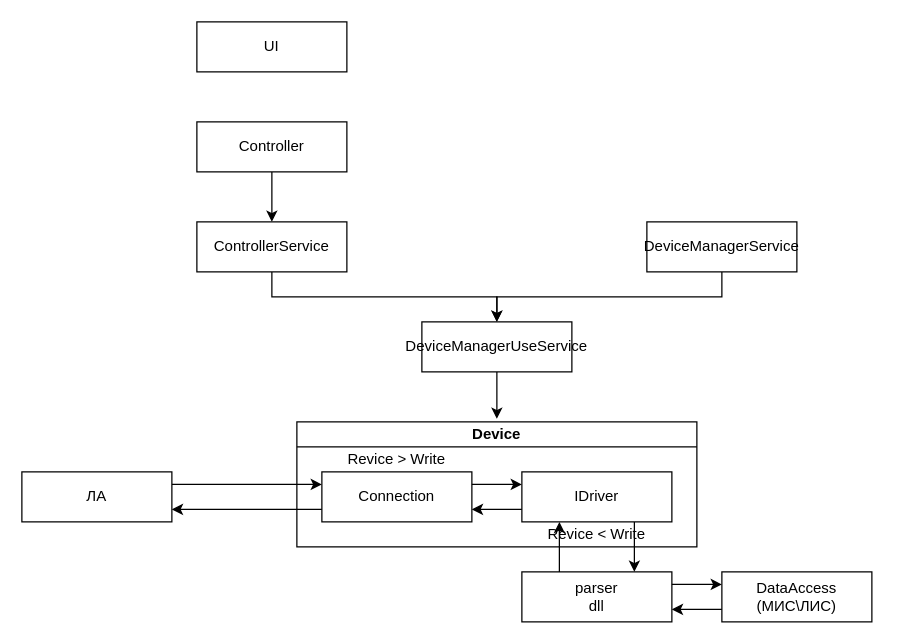
Before: page "Страница-1" (1 of 2) of Пу-пу-пууу.drawio in EgoreTTa/DeviceManager, a draw.io diagram. Source tidied: cells renumbered, new cells numbered last; positions are measured from the earlier drawing's top-left corner, leaving out a move shared by most shapes. Both pictures are drawn from the tidied source at 125%, with x=0, y=0 at pixel (21, 21).
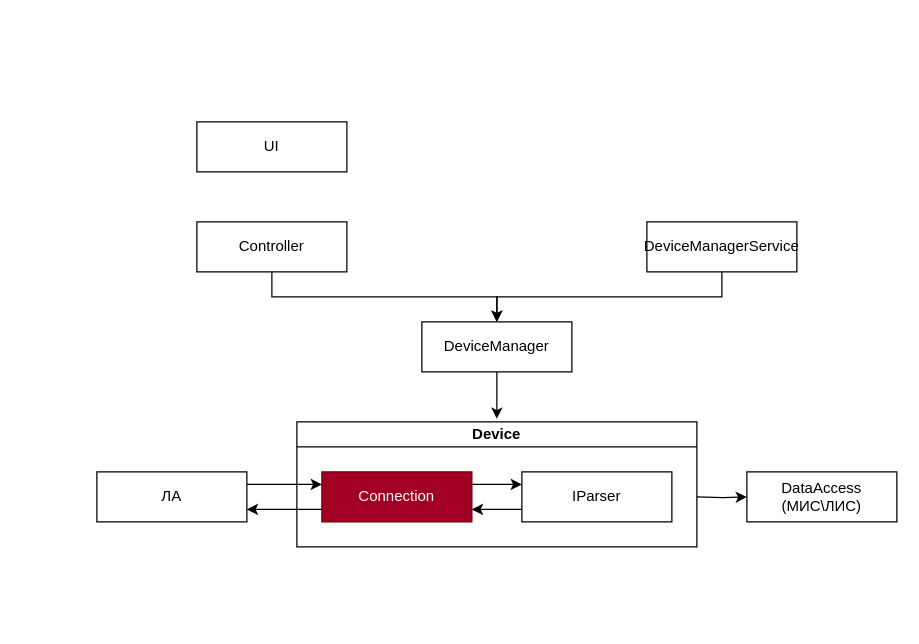
After the change.

Unchanged cells that the change refers to:
```xml
<mxCell id="2" value="Device" style="swimlane;whiteSpace=wrap;html=1;startSize=20;" parent="1" vertex="1">
  <mxGeometry x="220" y="320" width="320" height="100" as="geometry" />
</mxCell>
```

The edit, as a diff of the source:
```diff
@@
-    <mxCell id="3" value="Connection" style="rounded=0;whiteSpace=wrap;html=1;" parent="2" vertex="1">
+    <mxCell id="3" value="Connection" style="rounded=0;whiteSpace=wrap;html=1;fillColor=#a20025;fontColor=#ffffff;strokeColor=#6F0000;" parent="2" vertex="1">
       <mxGeometry x="20" y="40" width="120" height="40" as="geometry" />
     </mxCell>
-    <mxCell id="4" value="IDriver" style="rounded=0;whiteSpace=wrap;html=1;" parent="2" vertex="1">
-      <mxGeometry x="180" y="40" width="120" height="40" as="geometry" />
-    </mxCell>
+    <mxCell id="15" value="IParser" style="rounded=0;whiteSpace=wrap;html=1;" parent="2" vertex="1">
+      <mxGeometry x="180" y="40" width="120" height="40" as="geometry" />
+    </mxCell>
-    <mxCell id="5" style="edgeStyle=orthogonalEdgeStyle;rounded=0;jettySize=auto;html=1;exitX=1;exitY=0.25;exitDx=0;exitDy=0;entryX=0;entryY=0.25;entryDx=0;entryDy=0;" parent="2" edge="1" source="3" target="4">
+    <mxCell id="5" style="edgeStyle=orthogonalEdgeStyle;rounded=0;jettySize=auto;html=1;exitX=1;exitY=0.25;exitDx=0;exitDy=0;entryX=0;entryY=0.25;entryDx=0;entryDy=0;" parent="2" edge="1" source="3" target="15">
       <mxGeometry relative="1" as="geometry" />
     </mxCell>
-    <mxCell id="6" style="edgeStyle=orthogonalEdgeStyle;rounded=0;jettySize=auto;html=1;exitX=0;exitY=0.75;exitDx=0;exitDy=0;entryX=1;entryY=0.75;entryDx=0;entryDy=0;" parent="2" edge="1" source="4" target="3">
+    <mxCell id="6" style="edgeStyle=orthogonalEdgeStyle;rounded=0;jettySize=auto;html=1;entryX=1;entryY=0.75;entryDx=0;entryDy=0;exitX=0;exitY=0.75;exitDx=0;exitDy=0;" parent="2" edge="1" source="15" target="3">
       <mxGeometry relative="1" as="geometry" />
     </mxCell>
-    <mxCell id="7" value="Revice &amp;gt; Write" style="text;html=1;whiteSpace=wrap;strokeColor=none;fillColor=none;align=center;verticalAlign=middle;rounded=0;" parent="2" vertex="1">
-      <mxGeometry x="20" y="20" width="120" height="20" as="geometry" />
-    </mxCell>
-    <mxCell id="8" value="Revice&amp;nbsp;&amp;lt; Write" style="text;html=1;whiteSpace=wrap;strokeColor=none;fillColor=none;align=center;verticalAlign=middle;rounded=0;" parent="2" vertex="1">
-      <mxGeometry x="180" y="80" width="120" height="20" as="geometry" />
-    </mxCell>
-    <mxCell id="9" value="DeviceManagerUseService" style="rounded=0;whiteSpace=wrap;html=1;" parent="1" vertex="1">
+    <mxCell id="9" value="DeviceManager" style="rounded=0;whiteSpace=wrap;html=1;" parent="1" vertex="1">
       <mxGeometry x="320" y="240" width="120" height="40" as="geometry" />
     </mxCell>
     <mxCell id="10" value="UI" style="rounded=0;whiteSpace=wrap;html=1;" parent="1" vertex="1">
-      <mxGeometry x="140" width="120" height="40" as="geometry" />
+      <mxGeometry x="140" y="80" width="120" height="40" as="geometry" />
     </mxCell>
@@
     <mxCell id="13" value="ЛА" style="rounded=0;whiteSpace=wrap;html=1;" parent="1" vertex="1">
-      <mxGeometry y="360" width="120" height="40" as="geometry" />
+      <mxGeometry x="60" y="360" width="120" height="40" as="geometry" />
     </mxCell>
@@
-    <mxCell id="15" value="parser&lt;br&gt;dll" style="rounded=0;whiteSpace=wrap;html=1;" parent="1" vertex="1">
-      <mxGeometry x="400" y="440" width="120" height="40" as="geometry" />
-    </mxCell>
-    <mxCell id="16" style="edgeStyle=orthogonalEdgeStyle;rounded=0;jettySize=auto;html=1;exitX=0.25;exitY=0;exitDx=0;exitDy=0;entryX=0.25;entryY=1;entryDx=0;entryDy=0;" parent="1" edge="1" source="15" target="4">
-      <mxGeometry relative="1" as="geometry" />
-    </mxCell>
-    <mxCell id="17" style="edgeStyle=orthogonalEdgeStyle;rounded=0;jettySize=auto;html=1;exitX=0.75;exitY=1;exitDx=0;exitDy=0;entryX=0.75;entryY=0;entryDx=0;entryDy=0;" parent="1" edge="1" source="4" target="15">
-      <mxGeometry relative="1" as="geometry" />
-    </mxCell>
     <mxCell id="18" value="DataAccess&lt;br&gt;(МИС\ЛИС)" style="rounded=0;whiteSpace=wrap;html=1;" parent="1" vertex="1">
-      <mxGeometry x="560" y="440" width="120" height="40" as="geometry" />
+      <mxGeometry x="580" y="360" width="120" height="40" as="geometry" />
     </mxCell>
-    <mxCell id="19" style="edgeStyle=orthogonalEdgeStyle;rounded=0;jettySize=auto;html=1;exitX=1;exitY=0.25;exitDx=0;exitDy=0;entryX=0;entryY=0.25;entryDx=0;entryDy=0;" parent="1" edge="1" source="15" target="18">
-      <mxGeometry relative="1" as="geometry" />
+    <mxCell id="19" style="edgeStyle=orthogonalEdgeStyle;rounded=0;jettySize=auto;html=1;entryX=0;entryY=0.5;entryDx=0;entryDy=0;" parent="1" edge="1" target="18">
+      <mxGeometry relative="1" as="geometry">
+        <mxPoint x="540" y="380" as="sourcePoint" />
+      </mxGeometry>
     </mxCell>
-    <mxCell id="20" style="edgeStyle=orthogonalEdgeStyle;rounded=0;jettySize=auto;html=1;exitX=0;exitY=0.75;exitDx=0;exitDy=0;entryX=1;entryY=0.75;entryDx=0;entryDy=0;" parent="1" edge="1" source="18" target="15">
-      <mxGeometry relative="1" as="geometry" />
-    </mxCell>
-    <mxCell id="21" style="edgeStyle=orthogonalEdgeStyle;rounded=0;jettySize=auto;html=1;exitX=0.5;exitY=1;exitDx=0;exitDy=0;entryX=0.5;entryY=0;entryDx=0;entryDy=0;" parent="1" edge="1" source="26" target="9">
-      <mxGeometry relative="1" as="geometry" />
-    </mxCell>
-    <mxCell id="22" style="edgeStyle=orthogonalEdgeStyle;rounded=0;jettySize=auto;html=1;exitX=0.5;exitY=1;exitDx=0;exitDy=0;entryX=0.5;entryY=0;entryDx=0;entryDy=0;" parent="1" edge="1" source="23" target="26">
+    <mxCell id="22" style="edgeStyle=orthogonalEdgeStyle;rounded=0;jettySize=auto;html=1;exitX=0.5;exitY=1;exitDx=0;exitDy=0;entryX=0.5;entryY=0;entryDx=0;entryDy=0;" parent="1" edge="1" source="23" target="9">
       <mxGeometry relative="1" as="geometry" />
     </mxCell>
     <mxCell id="23" value="Controller" style="rounded=0;whiteSpace=wrap;html=1;" parent="1" vertex="1">
-      <mxGeometry x="140" y="80" width="120" height="40" as="geometry" />
+      <mxGeometry x="140" y="160" width="120" height="40" as="geometry" />
     </mxCell>
@@
-    <mxCell id="26" value="ControllerService" style="rounded=0;whiteSpace=wrap;html=1;" parent="1" vertex="1">
-      <mxGeometry x="140" y="160" width="120" height="40" as="geometry" />
-    </mxCell>
```
